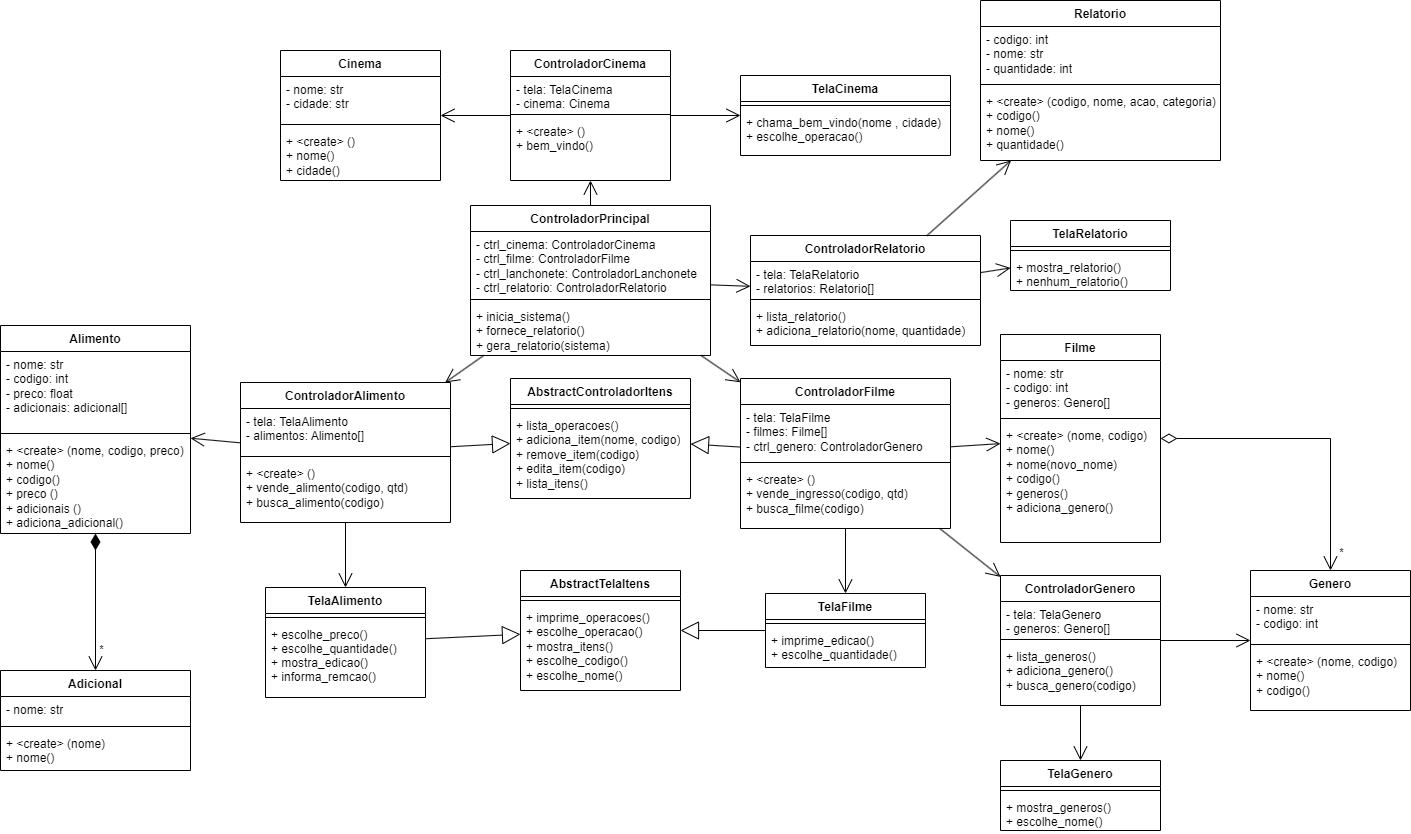
The draw.io diagram ModelagemCinema.png in Gustavo-kohler/TrabalhoDSO, before a commit. Source tidied: cells renumbered, new cells last; positions are measured from the earlier drawing's top-left corner, leaving out a move shared by most shapes.
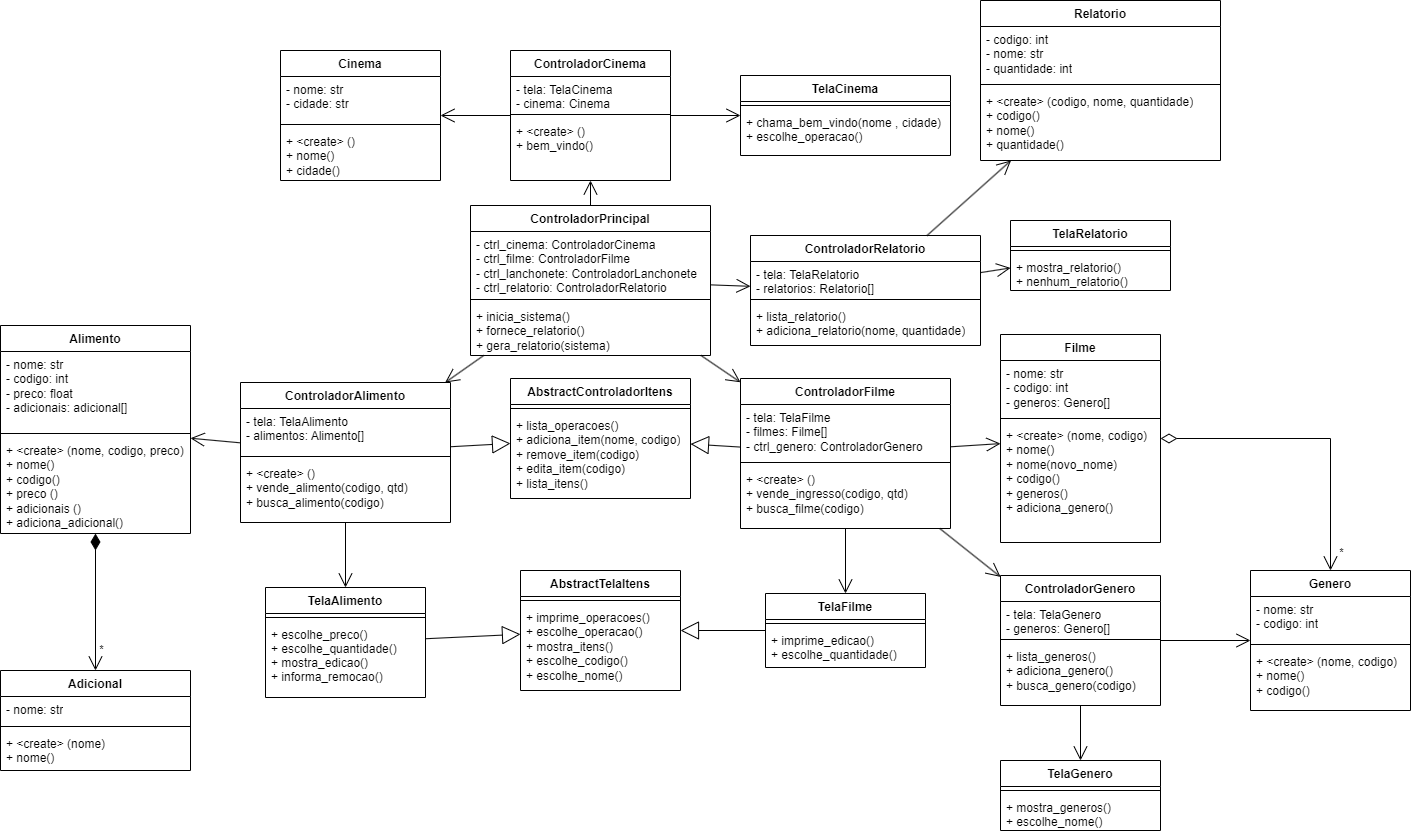
Later version of the same file.

Commit message:
atualizado modelagem

Change to the diagram source:
```diff
@@ -252,7 +252,7 @@
     <mxCell id="83" style="line;strokeWidth=1;fillColor=none;align=left;verticalAlign=middle;spacingTop=-1;spacingLeft=3;spacingRight=3;labelPosition=right;strokeColor=inherit;" parent="81" vertex="1">
       <mxGeometry y="80" width="240" height="8" as="geometry" />
     </mxCell>
-    <mxCell id="84" value="+ &amp;lt;create&amp;gt; (codigo, nome, acao, categoria)&lt;br&gt;+ codigo()&lt;br&gt;+ nome()&lt;br&gt;+ quantidade()" style="text;strokeColor=none;fillColor=none;align=left;verticalAlign=top;spacingLeft=4;spacingRight=4;overflow=hidden;whiteSpace=wrap;html=1;" parent="81" vertex="1">
+    <mxCell id="84" value="+ &amp;lt;create&amp;gt; (codigo, nome, quantidade)&lt;br&gt;+ codigo()&lt;br&gt;+ nome()&lt;br&gt;+ quantidade()" style="text;strokeColor=none;fillColor=none;align=left;verticalAlign=top;spacingLeft=4;spacingRight=4;overflow=hidden;whiteSpace=wrap;html=1;" parent="81" vertex="1">
       <mxGeometry y="88" width="240" height="72" as="geometry" />
     </mxCell>
     <mxCell id="85" value="TelaRelatorio" style="swimlane;fontStyle=1;align=center;verticalAlign=top;horizontal=1;startSize=26;whiteSpace=wrap;html=1;" parent="1" vertex="1">
@@ -279,7 +279,7 @@
     <mxCell id="92" style="line;strokeWidth=1;fillColor=none;align=left;verticalAlign=middle;spacingTop=-1;spacingLeft=3;spacingRight=3;labelPosition=right;strokeColor=inherit;" parent="91" vertex="1">
       <mxGeometry y="26" width="160" height="8" as="geometry" />
     </mxCell>
-    <mxCell id="93" value="+ escolhe_preco()&#10;+ escolhe_quantidade()&#10;+ mostra_edicao()&#10;+ informa_remcao()" style="text;strokeColor=none;fillColor=none;align=left;verticalAlign=top;spacingLeft=4;spacingRight=4;overflow=hidden;" parent="91" vertex="1">
+    <mxCell id="93" value="+ escolhe_preco()&#10;+ escolhe_quantidade()&#10;+ mostra_edicao()&#10;+ informa_remocao()" style="text;strokeColor=none;fillColor=none;align=left;verticalAlign=top;spacingLeft=4;spacingRight=4;overflow=hidden;" parent="91" vertex="1">
       <mxGeometry y="34" width="160" height="76" as="geometry" />
     </mxCell>
   </root>
```
